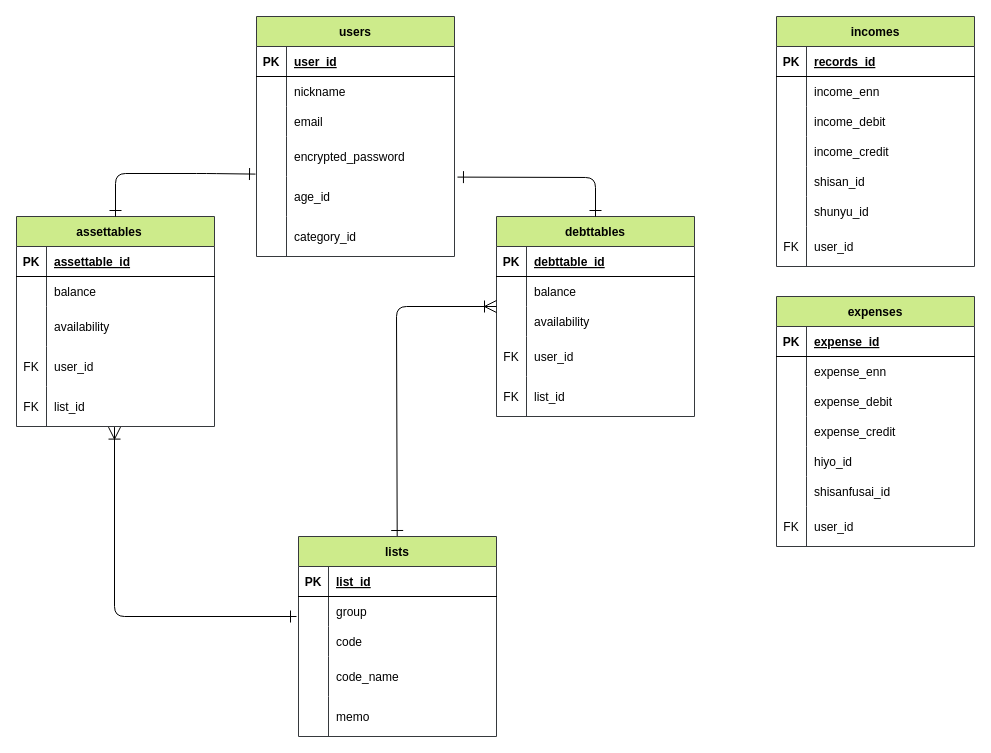
Earlier version of the draw.io diagram page "ER図" (2 of 3) of moneyforest.dio (rikakohira/moneyforest). Source tidied: cells renumbered, new cells numbered last; positions are measured from the earlier drawing's top-left corner, leaving out a move shared by most shapes. Both pictures are drawn from the tidied source at 100%, with x=0, y=0 at pixel (16, 16).
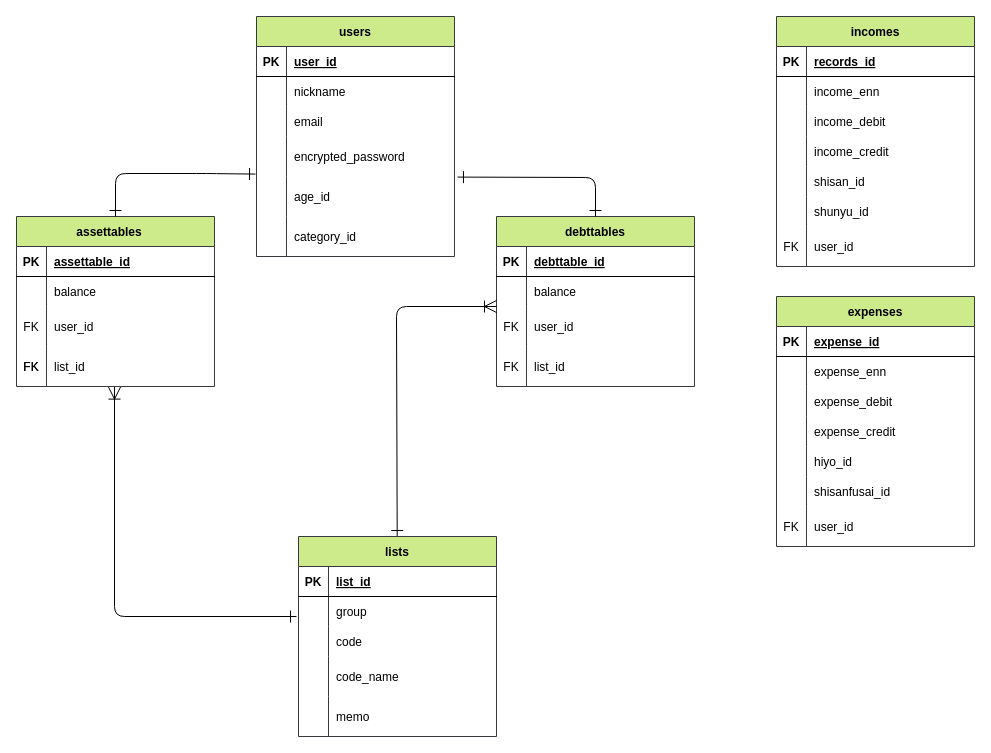
After the change.

The edit, as a diff of the source:
```diff
@@
     <mxCell id="21" value="assettables　" style="shape=table;startSize=30;childLayout=tableLayout;rowLines=0;fontStyle=1;align=center;strokeColor=#36393d;fillColor=#cdeb8b;fontColor=#000000;portConstraintRotation=0;resizeLastRow=1;" parent="1" vertex="1">
-      <mxGeometry y="200" width="198" height="210" as="geometry" />
+      <mxGeometry y="200" width="198" height="170" as="geometry" />
     </mxCell>
@@
-    <mxCell id="28" style="shape=partialRectangle;fillColor=none;top=0;left=0;bottom=0;right=0;strokeColor=#000000;fontColor=#000000;" parent="21" vertex="1">
-      <mxGeometry y="90" width="198" height="40" as="geometry" />
-    </mxCell>
-    <mxCell id="29" style="shape=partialRectangle;fillColor=none;top=0;left=0;bottom=0;right=0;overflow=hidden;strokeColor=#000000;fontColor=#000000;" parent="28" vertex="1">
-      <mxGeometry width="30" height="40" as="geometry" />
-    </mxCell>
-    <mxCell id="30" value="availability" style="shape=partialRectangle;fillColor=none;top=0;left=0;bottom=0;right=0;align=left;spacingLeft=6;overflow=hidden;strokeColor=#000000;fontColor=#000000;" parent="28" vertex="1">
-      <mxGeometry x="30" width="168" height="40" as="geometry" />
-    </mxCell>
     <mxCell id="31" style="shape=partialRectangle;fillColor=none;top=0;left=0;bottom=0;right=0;strokeColor=#000000;fontColor=#000000;" parent="21" vertex="1">
-      <mxGeometry y="130" width="198" height="40" as="geometry" />
+      <mxGeometry y="90" width="198" height="40" as="geometry" />
     </mxCell>
@@
     <mxCell id="34" style="shape=partialRectangle;fillColor=none;top=0;left=0;bottom=0;right=0;points=[[0,0.5],[1,0.5]];portConstraint=eastwest;strokeColor=#000000;fontColor=#000000;" parent="21" vertex="1">
-      <mxGeometry y="170" width="198" height="40" as="geometry" />
+      <mxGeometry y="130" width="198" height="40" as="geometry" />
     </mxCell>
@@
     <mxCell id="84" value="debttables" style="shape=table;startSize=30;childLayout=tableLayout;rowLines=0;fontStyle=1;align=center;strokeColor=#36393d;fillColor=#cdeb8b;fontColor=#000000;portConstraintRotation=0;resizeLastRow=1;" parent="1" vertex="1">
-      <mxGeometry x="480" y="200" width="198" height="200" as="geometry" />
+      <mxGeometry x="480" y="200" width="198" height="170" as="geometry" />
     </mxCell>
@@
-    <mxCell id="91" style="shape=partialRectangle;fillColor=none;top=0;left=0;bottom=0;right=0;strokeColor=#000000;fontColor=#000000;" parent="84" vertex="1">
-      <mxGeometry y="90" width="198" height="30" as="geometry" />
-    </mxCell>
-    <mxCell id="92" style="shape=partialRectangle;fillColor=none;top=0;left=0;bottom=0;right=0;overflow=hidden;strokeColor=#000000;fontColor=#000000;" parent="91" vertex="1">
-      <mxGeometry width="30" height="30" as="geometry" />
-    </mxCell>
-    <mxCell id="93" value="availability" style="shape=partialRectangle;fillColor=none;top=0;left=0;bottom=0;right=0;align=left;spacingLeft=6;overflow=hidden;strokeColor=#000000;fontColor=#000000;" parent="91" vertex="1">
-      <mxGeometry x="30" width="168" height="30" as="geometry" />
-    </mxCell>
     <mxCell id="94" style="shape=partialRectangle;fillColor=none;top=0;left=0;bottom=0;right=0;strokeColor=#000000;fontColor=#000000;" parent="84" vertex="1">
-      <mxGeometry y="120" width="198" height="40" as="geometry" />
+      <mxGeometry y="90" width="198" height="40" as="geometry" />
     </mxCell>
@@
     <mxCell id="97" style="shape=partialRectangle;fillColor=none;top=0;left=0;bottom=0;right=0;strokeColor=#000000;fontColor=#000000;" parent="84" vertex="1">
-      <mxGeometry y="160" width="198" height="40" as="geometry" />
+      <mxGeometry y="130" width="198" height="40" as="geometry" />
     </mxCell>
@@
-    <mxCell id="100" value="FK" style="shape=partialRectangle;fillColor=none;top=0;left=0;bottom=0;right=0;overflow=hidden;strokeColor=#000000;fontColor=#000000;" parent="1" vertex="1">
+    <mxCell id="100" style="shape=partialRectangle;fillColor=none;top=0;left=0;bottom=0;right=0;overflow=hidden;strokeColor=#000000;fontColor=#000000;" parent="1" vertex="1">
       <mxGeometry x="480" y="320" width="30" height="40" as="geometry" />
     </mxCell>
@@
+    <mxCell id="120" value="FK" style="shape=partialRectangle;fillColor=none;top=0;left=0;bottom=0;right=0;overflow=hidden;strokeColor=#000000;fontColor=#000000;" parent="1" vertex="1">
+      <mxGeometry y="290" width="30" height="40" as="geometry" />
+    </mxCell>
+    <mxCell id="121" value="FK" style="shape=partialRectangle;fillColor=none;top=0;left=0;bottom=0;right=0;overflow=hidden;strokeColor=#000000;fontColor=#000000;" parent="1" vertex="1">
+      <mxGeometry x="480" y="290" width="30" height="40" as="geometry" />
+    </mxCell>
```
